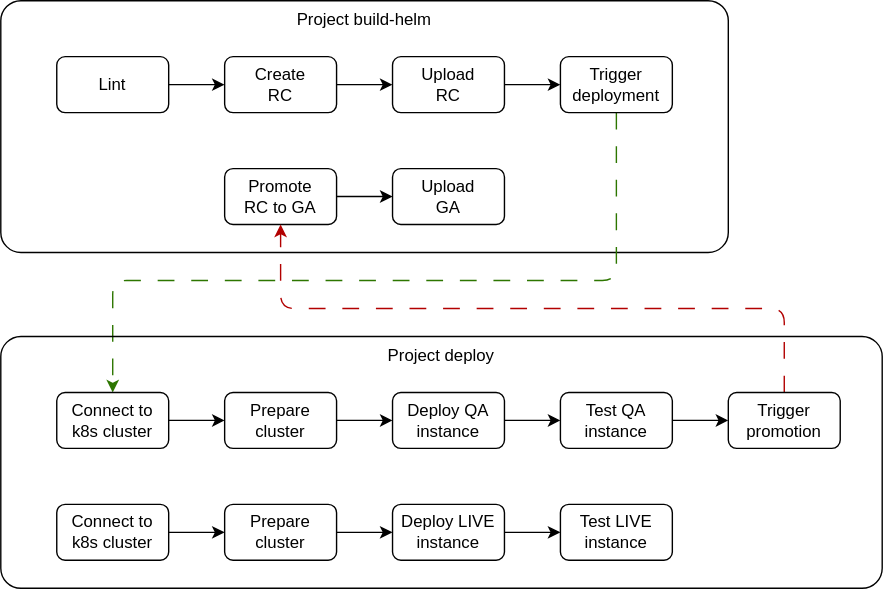
Earlier version of the draw.io export hands-on/2025-05-14/110_triggers/example2.drawio.svg (nicholasdille/dille.name). Source tidied: cells renumbered, new cells last; positions are measured from the earlier drawing's top-left corner, leaving out a move shared by most shapes.
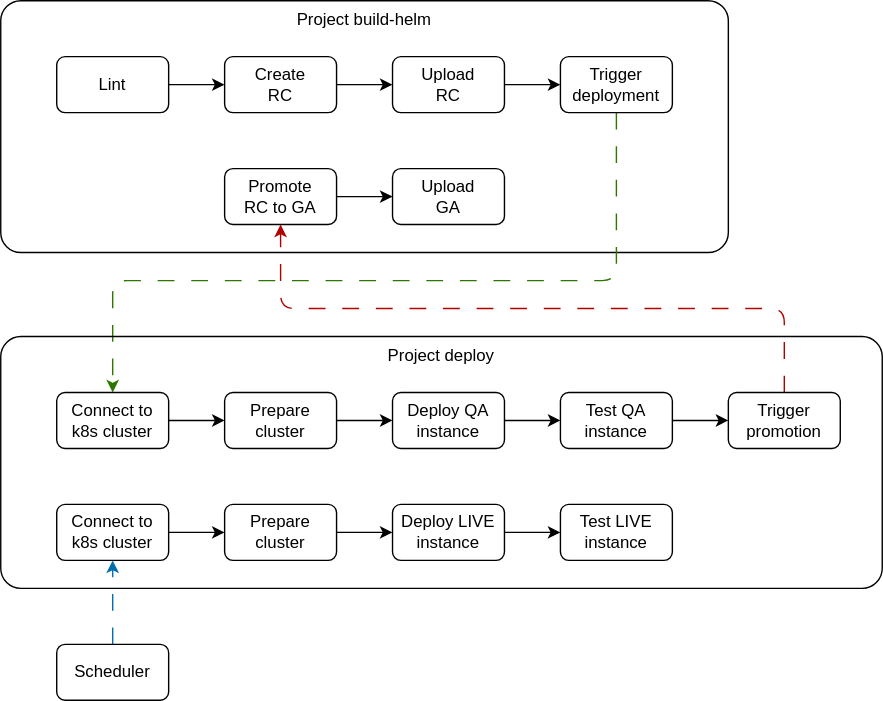
Later version of the same file.

What changed in the source:
```diff
@@ -102,5 +102,11 @@
     <mxCell id="31" value="Test LIVE instance" style="rounded=1;whiteSpace=wrap;html=1;fillColor=none;strokeColor=light-dark(#000000,#FFFFFF);fontColor=light-dark(#000000,#FFFFFF);verticalAlign=middle;" parent="1" vertex="1">
       <mxGeometry x="400" y="360" width="80" height="40" as="geometry" />
     </mxCell>
+    <mxCell id="32" style="edgeStyle=none;html=1;dashed=1;dashPattern=12 12;fillColor=#1ba1e2;strokeColor=#006EAF;" parent="1" edge="1" source="33" target="26">
+      <mxGeometry relative="1" as="geometry" />
+    </mxCell>
+    <mxCell id="33" value="Scheduler" style="rounded=1;whiteSpace=wrap;html=1;fillColor=none;strokeColor=light-dark(#000000,#FFFFFF);fontColor=light-dark(#000000,#FFFFFF);verticalAlign=middle;" parent="1" vertex="1">
+      <mxGeometry x="40" y="460" width="80" height="40" as="geometry" />
+    </mxCell>
   </root>
 </mxGraphModel>
```
